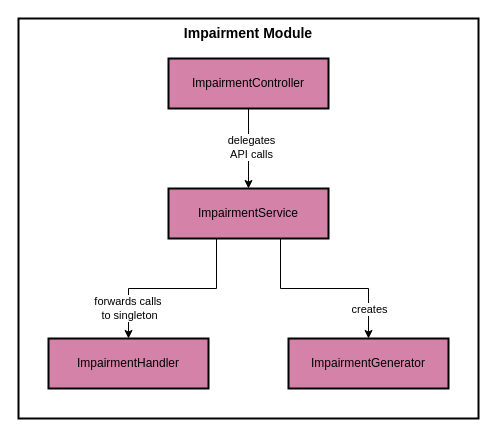
This is data/figs/architecture/layers/layers_impairment.drawio from socialsoftware/microservices-simulator, a draw.io file, before an edit. Source tidied: cells renumbered, new cells numbered last; positions are measured from the earlier drawing's top-left corner, leaving out a move shared by most shapes. Both pictures are drawn from the tidied source at 100%, with x=0, y=0 at pixel (18, 18).
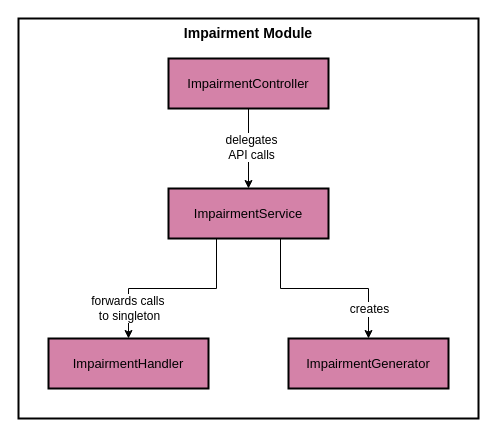
The same page after the edit.

Diff of the diagram source:
```diff
@@
 <mxGraphModel>
   <root>
     <mxCell id="0" />
     <mxCell id="1" parent="0" />
     <mxCell id="2" value="Impairment Module" style="whiteSpace=wrap;strokeWidth=2;verticalAlign=top;fontSize=14;fontStyle=1;" parent="1" vertex="1">
       <mxGeometry width="460" height="400" as="geometry" />
     </mxCell>
-    <mxCell id="3" value="ImpairmentHandler" style="whiteSpace=wrap;strokeWidth=2;fillColor=#D482A8;strokeColor=#000000;" parent="1" vertex="1">
+    <mxCell id="3" value="ImpairmentHandler" style="whiteSpace=wrap;strokeWidth=2;fillColor=#D482A8;strokeColor=#000000;fontSize=13;" parent="1" vertex="1">
       <mxGeometry x="30" y="320" width="160" height="50" as="geometry" />
     </mxCell>
-    <mxCell id="4" value="ImpairmentController" style="whiteSpace=wrap;strokeWidth=2;fillColor=#D482A8;strokeColor=#000000;" parent="1" vertex="1">
+    <mxCell id="4" value="ImpairmentController" style="whiteSpace=wrap;strokeWidth=2;fillColor=#D482A8;strokeColor=#000000;fontSize=13;" parent="1" vertex="1">
       <mxGeometry x="150" y="40" width="160" height="50" as="geometry" />
     </mxCell>
-    <mxCell id="5" value="ImpairmentService" style="whiteSpace=wrap;strokeWidth=2;fillColor=#D482A8;strokeColor=#000000;" parent="1" vertex="1">
+    <mxCell id="5" value="ImpairmentService" style="whiteSpace=wrap;strokeWidth=2;fillColor=#D482A8;strokeColor=#000000;fontSize=13;" parent="1" vertex="1">
       <mxGeometry x="150" y="170" width="160" height="50" as="geometry" />
     </mxCell>
-    <mxCell id="6" value="ImpairmentGenerator" style="whiteSpace=wrap;strokeWidth=2;fillColor=#D482A8;strokeColor=#000000;" parent="1" vertex="1">
+    <mxCell id="6" value="ImpairmentGenerator" style="whiteSpace=wrap;strokeWidth=2;fillColor=#D482A8;strokeColor=#000000;fontSize=13;" parent="1" vertex="1">
       <mxGeometry x="270" y="320" width="160" height="50" as="geometry" />
     </mxCell>
     <mxCell id="7" style="startArrow=none;endArrow=classic;rounded=0;edgeStyle=orthogonalEdgeStyle;endFill=1;" parent="1" edge="1" source="4" target="5">
       <mxGeometry relative="1" as="geometry" />
     </mxCell>
     <mxCell id="8" style="startArrow=none;endArrow=classic;exitX=0.3;exitY=1;entryX=0.5;entryY=0;rounded=0;edgeStyle=orthogonalEdgeStyle;endFill=1;" parent="1" edge="1" source="5" target="3">
       <mxGeometry relative="1" as="geometry" />
     </mxCell>
     <mxCell id="9" style="startArrow=none;endArrow=classic;exitX=0.7;exitY=1;entryX=0.5;entryY=0;rounded=0;edgeStyle=orthogonalEdgeStyle;endFill=1;" parent="1" edge="1" source="5" target="6">
       <mxGeometry relative="1" as="geometry" />
     </mxCell>
-    <mxCell id="10" value="creates" style="edgeLabel;html=1;align=center;verticalAlign=middle;" parent="9" vertex="1">
+    <mxCell id="10" value="creates" style="edgeLabel;html=1;align=center;verticalAlign=middle;fontSize=12;" parent="9" vertex="1">
       <mxGeometry relative="1" as="geometry">
         <mxPoint x="44" y="20" as="offset" />
       </mxGeometry>
     </mxCell>
-    <mxCell id="11" value="delegates&lt;div&gt;&lt;span style=&quot;background-color: light-dark(#ffffff, var(--ge-dark-color, #121212)); color: light-dark(rgb(0, 0, 0), rgb(255, 255, 255));&quot;&gt;API calls&lt;/span&gt;&lt;/div&gt;" style="edgeLabel;html=1;align=center;verticalAlign=middle;" parent="1" vertex="1">
+    <mxCell id="11" value="delegates&lt;div&gt;&lt;span style=&quot;background-color: light-dark(#ffffff, var(--ge-dark-color, #121212)); color: light-dark(rgb(0, 0, 0), rgb(255, 255, 255));&quot;&gt;API calls&lt;/span&gt;&lt;/div&gt;" style="edgeLabel;html=1;align=center;verticalAlign=middle;fontSize=12;" parent="1" vertex="1">
       <mxGeometry x="270" y="130" as="geometry">
         <mxPoint x="-38" y="-2" as="offset" />
       </mxGeometry>
     </mxCell>
-    <mxCell id="12" value="forwards calls&amp;nbsp;&lt;div&gt;to singleton&lt;/div&gt;" style="edgeLabel;html=1;align=center;verticalAlign=middle;" parent="1" vertex="1">
+    <mxCell id="12" value="forwards calls&amp;nbsp;&lt;div&gt;to singleton&lt;/div&gt;" style="edgeLabel;html=1;align=center;verticalAlign=middle;fontSize=12;" parent="1" vertex="1">
       <mxGeometry x="160" y="270" as="geometry">
         <mxPoint x="-50" y="19" as="offset" />
       </mxGeometry>
     </mxCell>
   </root>
 </mxGraphModel>
```
